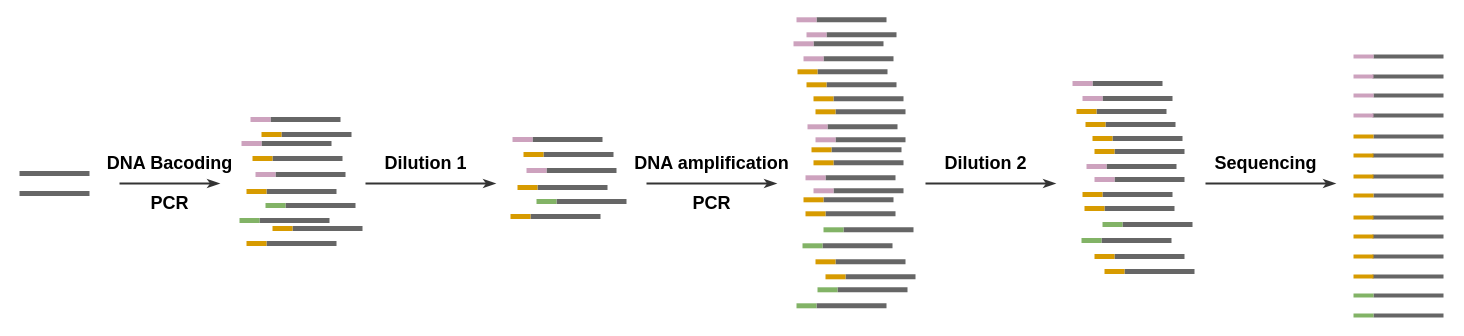
Earlier version of the draw.io diagram DNAsequencing.drawio (16281022/os-lab2). Source tidied: cells renumbered, new cells numbered last; positions are measured from the earlier drawing's top-left corner, leaving out a move shared by most shapes. Both pictures are drawn from the tidied source at 100%, with x=0, y=0 at pixel (19, 19).
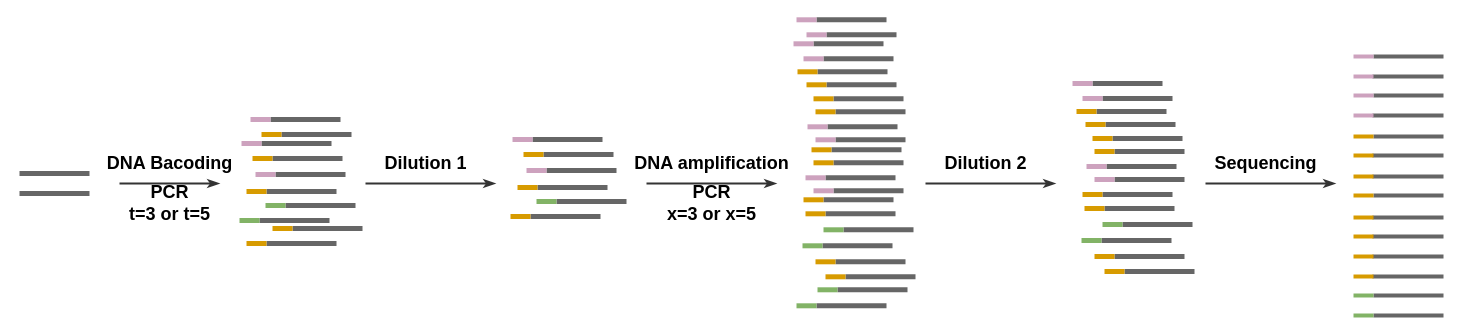
The same page after the edit.

The edit, as a diff of the source:
```diff
@@
-    <mxCell id="146" value="&lt;font style=&quot;font-size: 18px;&quot;&gt;&lt;b&gt;PCR&lt;/b&gt;&lt;/font&gt;" style="text;html=1;align=center;verticalAlign=middle;strokeColor=none;fillColor=none;" parent="1" vertex="1">
-      <mxGeometry x="125" y="174" width="50" height="20" as="geometry" />
+    <mxCell id="146" value="&lt;font style=&quot;font-size: 18px;&quot;&gt;&lt;b&gt;PCR&lt;br&gt;t=3 or t=5&lt;br&gt;&lt;/b&gt;&lt;/font&gt;" style="text;html=1;align=center;verticalAlign=middle;strokeColor=none;fillColor=none;" parent="1" vertex="1">
+      <mxGeometry x="100" y="164" width="100" height="40" as="geometry" />
     </mxCell>
-    <mxCell id="147" value="&lt;font style=&quot;font-size: 18px;&quot;&gt;&lt;b&gt;PCR&lt;/b&gt;&lt;/font&gt;" style="text;html=1;align=center;verticalAlign=middle;strokeColor=none;fillColor=none;" parent="1" vertex="1">
-      <mxGeometry x="667" y="174" width="50" height="20" as="geometry" />
+    <mxCell id="147" value="&lt;font style=&quot;font-size: 18px;&quot;&gt;&lt;b&gt;PCR&lt;br&gt;&lt;/b&gt;&lt;b&gt;x=3 or x=5&lt;/b&gt;&lt;b&gt;&lt;br&gt;&lt;/b&gt;&lt;/font&gt;" style="text;html=1;align=center;verticalAlign=middle;strokeColor=none;fillColor=none;" parent="1" vertex="1">
+      <mxGeometry x="642" y="164" width="100" height="40" as="geometry" />
     </mxCell>
```
